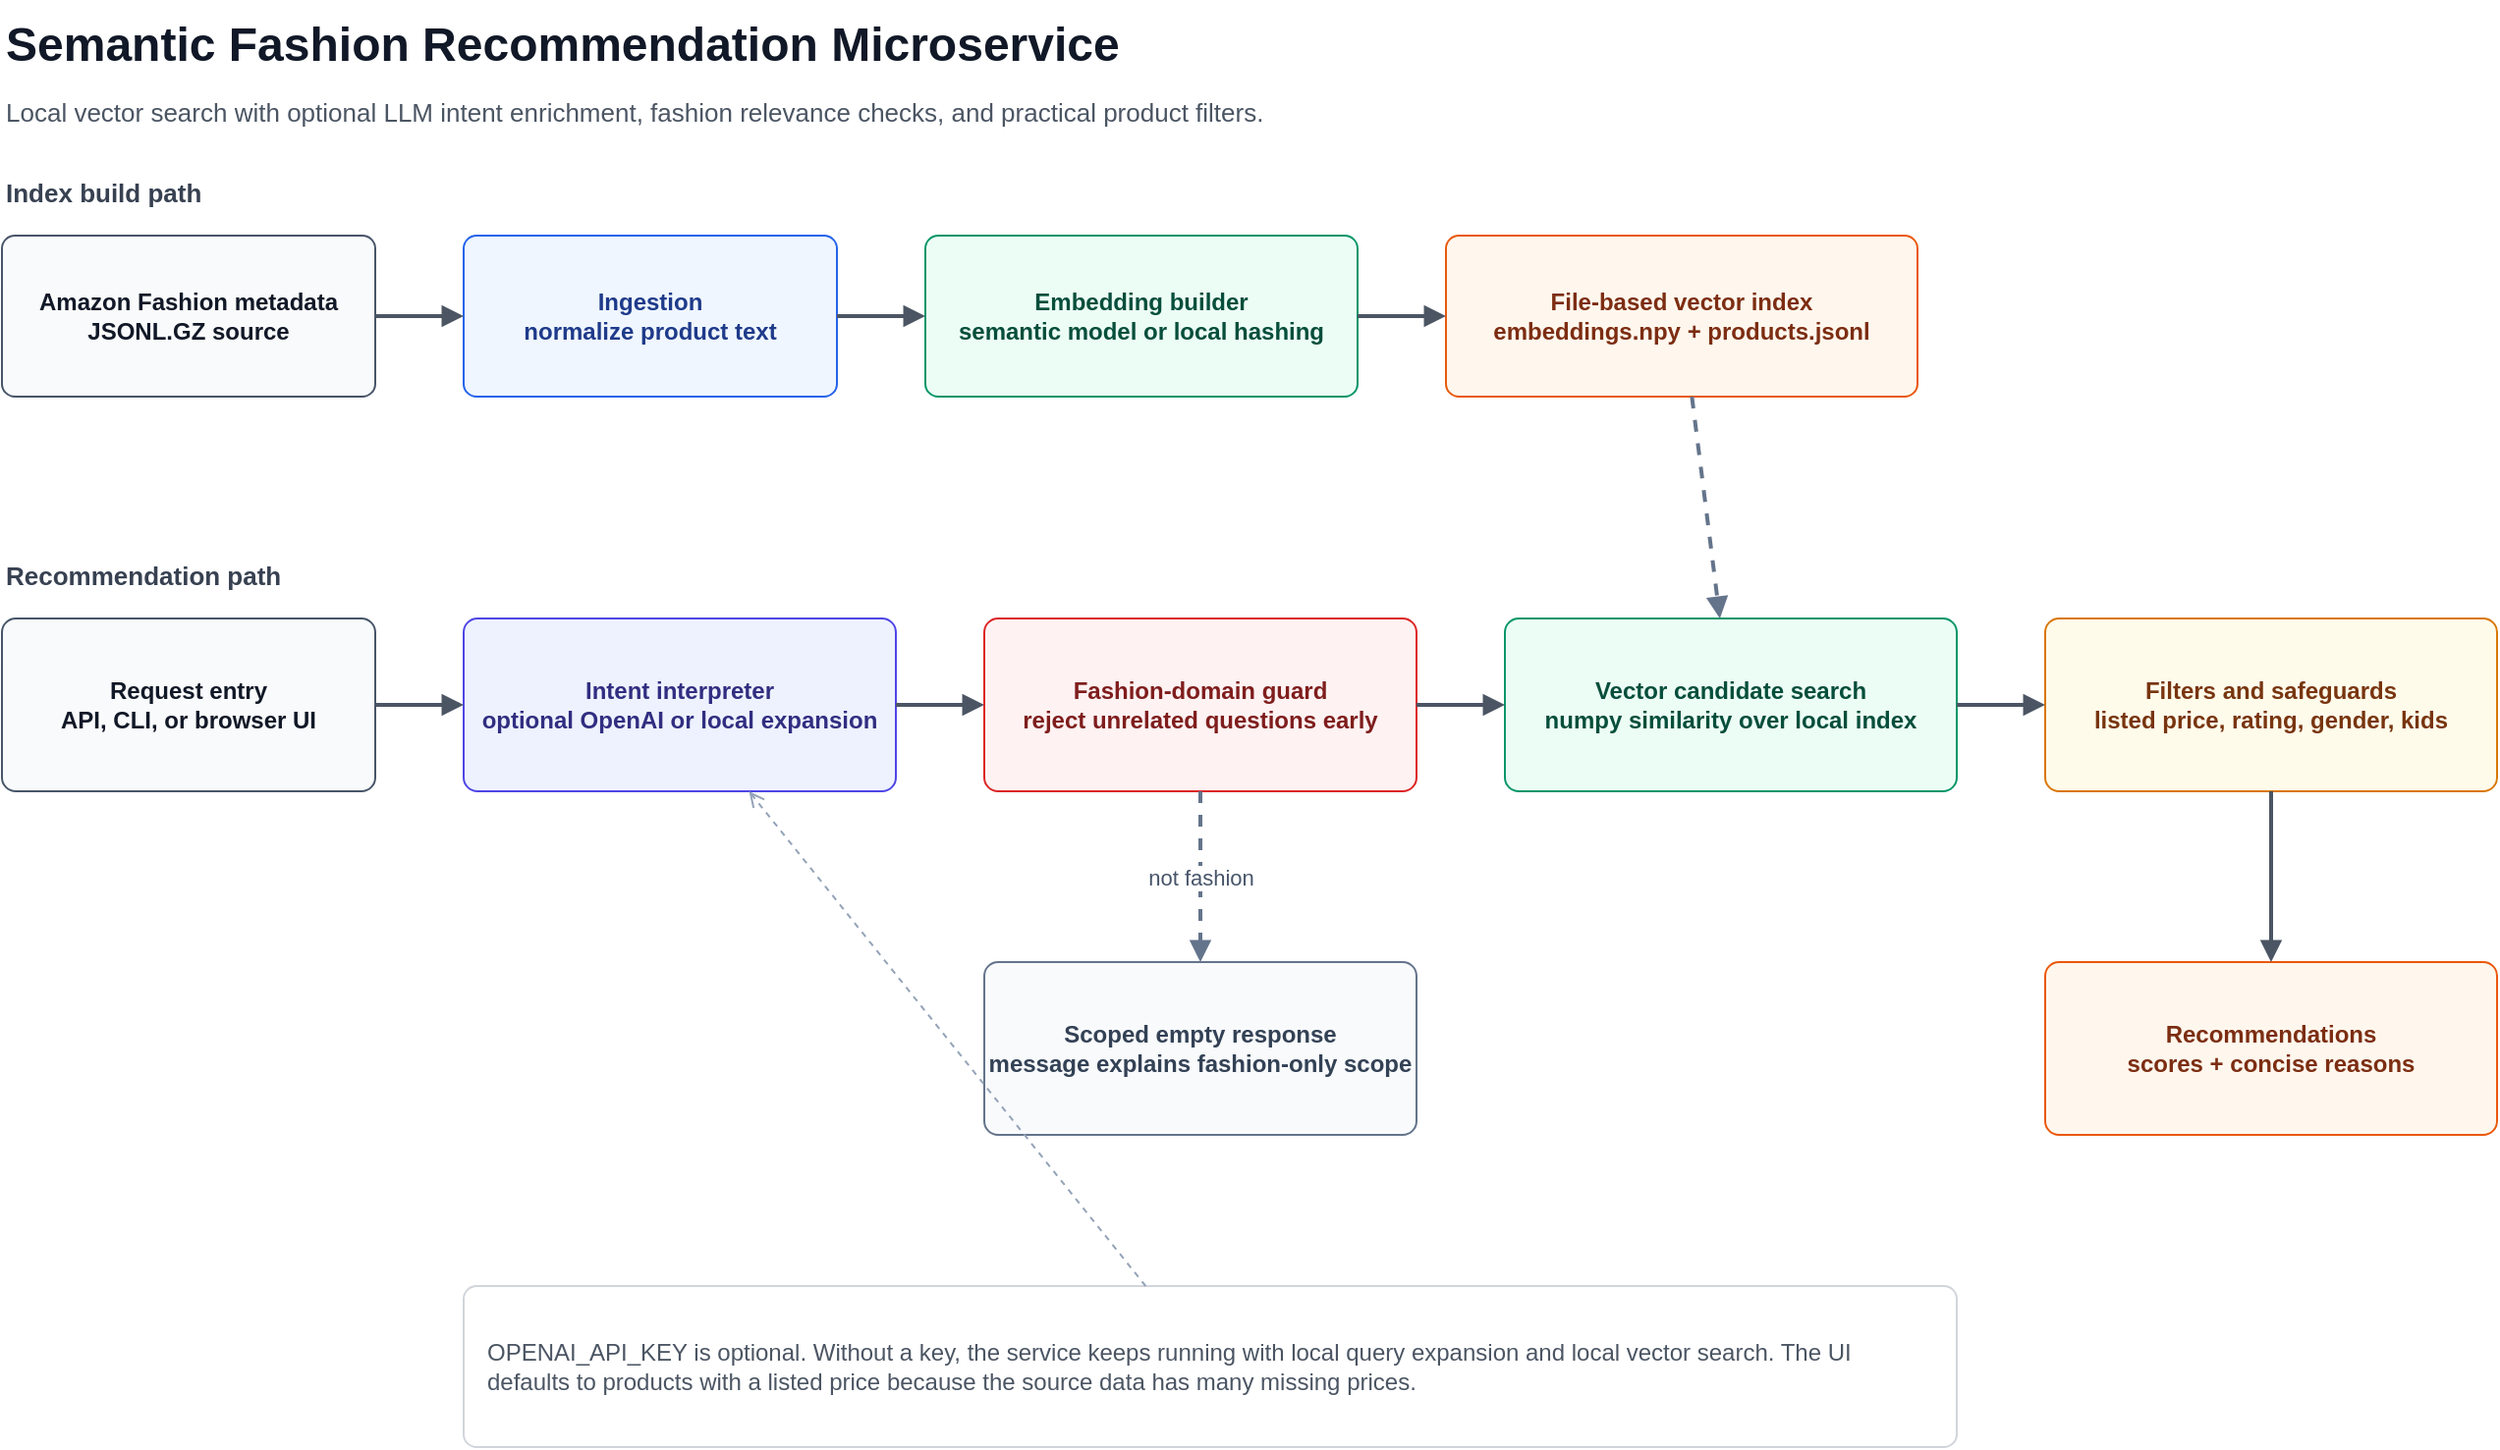
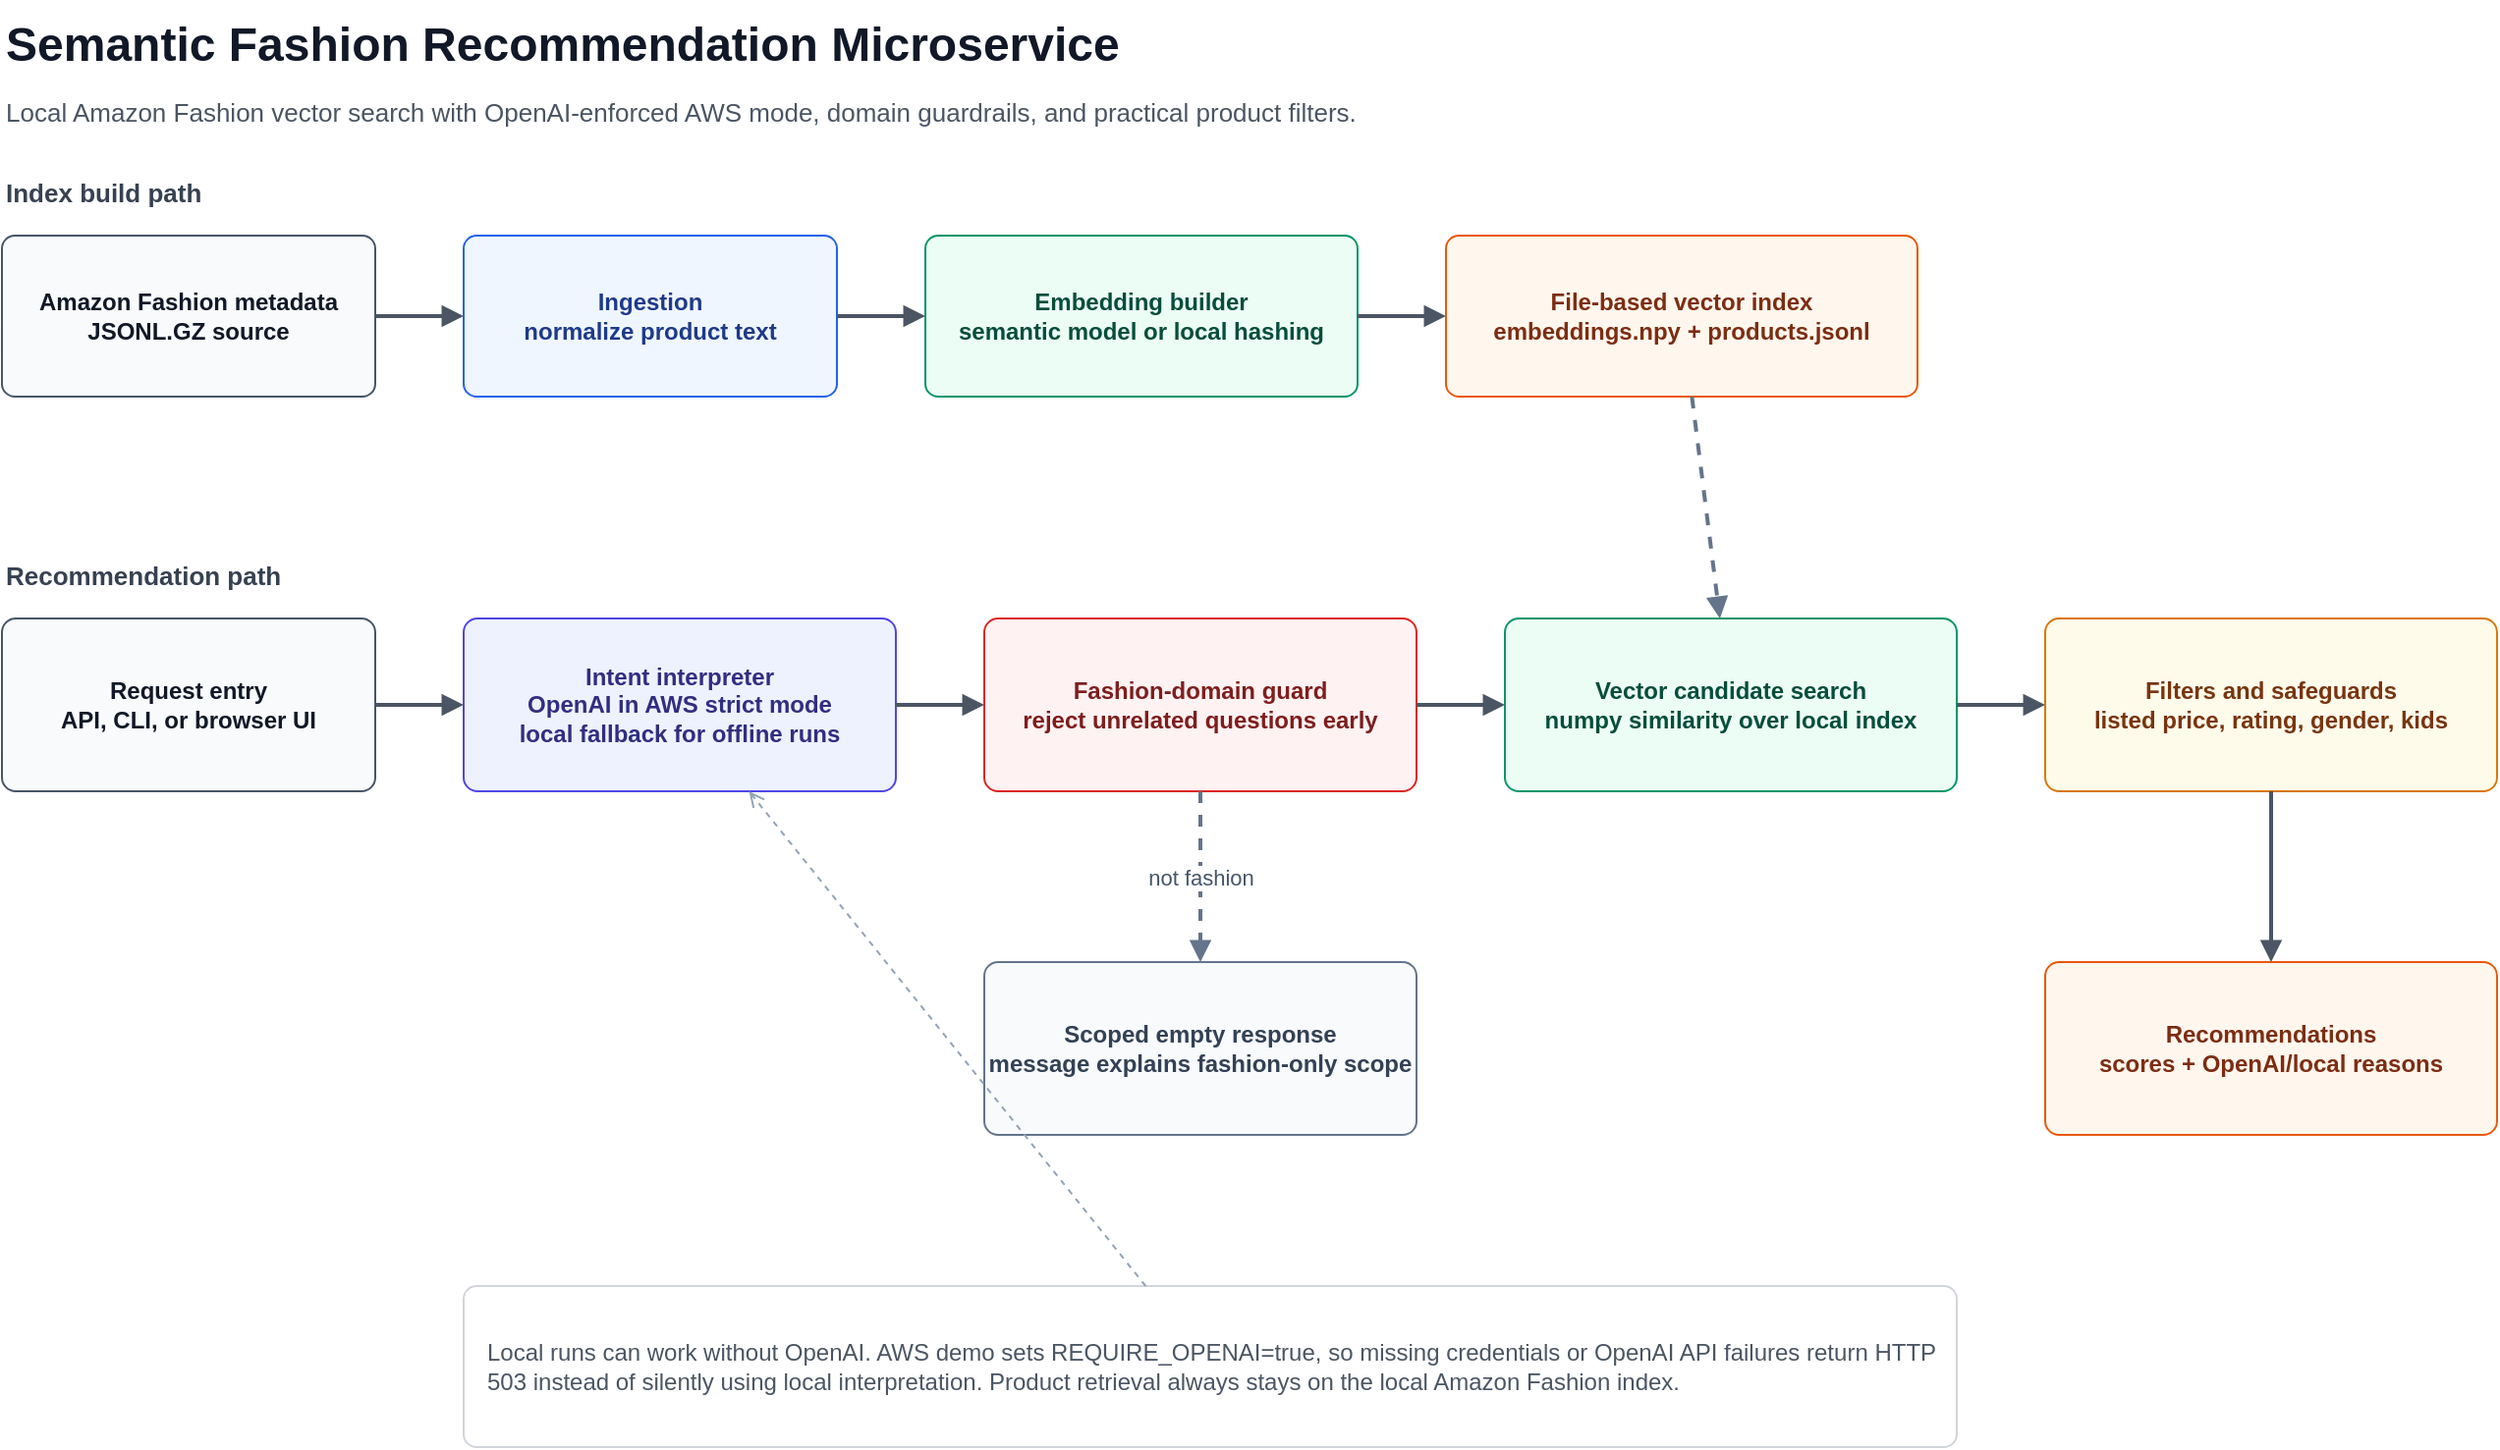
<mxfile host="app.diagrams.net" modified="2026-07-01T00:00:00.000Z" agent="draw.io" version="24.7.17">
  <diagram id="semantic-fashion-recommender" name="Architecture">
    <mxGraphModel dx="1500" dy="900" grid="1" gridSize="10" guides="1" tooltips="1" connect="1" arrows="1" fold="1" page="1" pageScale="1" pageWidth="1500" pageHeight="900" math="0" shadow="0">
      <root>
        <mxCell id="0" />
        <mxCell id="1" parent="0" />
        <mxCell id="title" value="Semantic Fashion Recommendation Microservice" style="text;html=1;strokeColor=none;fillColor=none;fontSize=24;fontStyle=1;fontColor=#111827;align=left;verticalAlign=middle;whiteSpace=wrap;rounded=0;" vertex="1" parent="1">
          <mxGeometry x="60" y="35" width="650" height="45" as="geometry" />
        </mxCell>
-         <mxCell id="subtitle" value="Local vector search with optional LLM intent enrichment, fashion relevance checks, and practical product filters." style="text;html=1;strokeColor=none;fillColor=none;fontSize=13;fontColor=#4b5563;align=left;verticalAlign=middle;whiteSpace=wrap;rounded=0;" vertex="1" parent="1">
+         <mxCell id="subtitle" value="Local Amazon Fashion vector search with OpenAI-enforced AWS mode, domain guardrails, and practical product filters." style="text;html=1;strokeColor=none;fillColor=none;fontSize=13;fontColor=#4b5563;align=left;verticalAlign=middle;whiteSpace=wrap;rounded=0;" vertex="1" parent="1">
          <mxGeometry x="60" y="78" width="760" height="28" as="geometry" />
        </mxCell>

        <mxCell id="offlineLabel" value="Index build path" style="text;html=1;strokeColor=none;fillColor=none;fontSize=13;fontStyle=1;fontColor=#374151;align=left;verticalAlign=middle;whiteSpace=wrap;rounded=0;" vertex="1" parent="1">
          <mxGeometry x="60" y="120" width="180" height="26" as="geometry" />
        </mxCell>
        <mxCell id="dataset" value="Amazon Fashion metadata&#xa;JSONL.GZ source" style="rounded=1;whiteSpace=wrap;html=1;arcSize=8;fillColor=#f9fafb;strokeColor=#475569;fontColor=#111827;fontStyle=1;" vertex="1" parent="1">
          <mxGeometry x="60" y="155" width="190" height="82" as="geometry" />
        </mxCell>
        <mxCell id="ingest" value="Ingestion&#xa;normalize product text" style="rounded=1;whiteSpace=wrap;html=1;arcSize=8;fillColor=#eff6ff;strokeColor=#2563eb;fontColor=#1e3a8a;fontStyle=1;" vertex="1" parent="1">
          <mxGeometry x="295" y="155" width="190" height="82" as="geometry" />
        </mxCell>
        <mxCell id="embed" value="Embedding builder&#xa;semantic model or local hashing" style="rounded=1;whiteSpace=wrap;html=1;arcSize=8;fillColor=#ecfdf5;strokeColor=#059669;fontColor=#064e3b;fontStyle=1;" vertex="1" parent="1">
          <mxGeometry x="530" y="155" width="220" height="82" as="geometry" />
        </mxCell>
        <mxCell id="index" value="File-based vector index&#xa;embeddings.npy + products.jsonl" style="rounded=1;whiteSpace=wrap;html=1;arcSize=8;fillColor=#fff7ed;strokeColor=#ea580c;fontColor=#7c2d12;fontStyle=1;" vertex="1" parent="1">
          <mxGeometry x="795" y="155" width="240" height="82" as="geometry" />
        </mxCell>

        <mxCell id="runtimeLabel" value="Recommendation path" style="text;html=1;strokeColor=none;fillColor=none;fontSize=13;fontStyle=1;fontColor=#374151;align=left;verticalAlign=middle;whiteSpace=wrap;rounded=0;" vertex="1" parent="1">
          <mxGeometry x="60" y="315" width="210" height="26" as="geometry" />
        </mxCell>
        <mxCell id="entry" value="Request entry&#xa;API, CLI, or browser UI" style="rounded=1;whiteSpace=wrap;html=1;arcSize=8;fillColor=#f9fafb;strokeColor=#475569;fontColor=#111827;fontStyle=1;" vertex="1" parent="1">
          <mxGeometry x="60" y="350" width="190" height="88" as="geometry" />
        </mxCell>
-         <mxCell id="intent" value="Intent interpreter&#xa;optional OpenAI or local expansion" style="rounded=1;whiteSpace=wrap;html=1;arcSize=8;fillColor=#eef2ff;strokeColor=#4f46e5;fontColor=#312e81;fontStyle=1;" vertex="1" parent="1">
+         <mxCell id="intent" value="Intent interpreter&#xa;OpenAI in AWS strict mode&#xa;local fallback for offline runs" style="rounded=1;whiteSpace=wrap;html=1;arcSize=8;fillColor=#eef2ff;strokeColor=#4f46e5;fontColor=#312e81;fontStyle=1;" vertex="1" parent="1">
          <mxGeometry x="295" y="350" width="220" height="88" as="geometry" />
        </mxCell>
        <mxCell id="guard" value="Fashion-domain guard&#xa;reject unrelated questions early" style="rounded=1;whiteSpace=wrap;html=1;arcSize=8;fillColor=#fef2f2;strokeColor=#dc2626;fontColor=#7f1d1d;fontStyle=1;" vertex="1" parent="1">
          <mxGeometry x="560" y="350" width="220" height="88" as="geometry" />
        </mxCell>
        <mxCell id="search" value="Vector candidate search&#xa;numpy similarity over local index" style="rounded=1;whiteSpace=wrap;html=1;arcSize=8;fillColor=#ecfdf5;strokeColor=#059669;fontColor=#064e3b;fontStyle=1;" vertex="1" parent="1">
          <mxGeometry x="825" y="350" width="230" height="88" as="geometry" />
        </mxCell>
        <mxCell id="filters" value="Filters and safeguards&#xa;listed price, rating, gender, kids" style="rounded=1;whiteSpace=wrap;html=1;arcSize=8;fillColor=#fffbeb;strokeColor=#d97706;fontColor=#78350f;fontStyle=1;" vertex="1" parent="1">
          <mxGeometry x="1100" y="350" width="230" height="88" as="geometry" />
        </mxCell>
-         <mxCell id="response" value="Recommendations&#xa;scores + concise reasons" style="rounded=1;whiteSpace=wrap;html=1;arcSize=8;fillColor=#fff7ed;strokeColor=#ea580c;fontColor=#7c2d12;fontStyle=1;" vertex="1" parent="1">
+         <mxCell id="response" value="Recommendations&#xa;scores + OpenAI/local reasons" style="rounded=1;whiteSpace=wrap;html=1;arcSize=8;fillColor=#fff7ed;strokeColor=#ea580c;fontColor=#7c2d12;fontStyle=1;" vertex="1" parent="1">
          <mxGeometry x="1100" y="525" width="230" height="88" as="geometry" />
        </mxCell>
        <mxCell id="empty" value="Scoped empty response&#xa;message explains fashion-only scope" style="rounded=1;whiteSpace=wrap;html=1;arcSize=8;fillColor=#f8fafc;strokeColor=#64748b;fontColor=#334155;fontStyle=1;" vertex="1" parent="1">
          <mxGeometry x="560" y="525" width="220" height="88" as="geometry" />
        </mxCell>
-         <mxCell id="note" value="OPENAI_API_KEY is optional. Without a key, the service keeps running with local query expansion and local vector search. The UI defaults to products with a listed price because the source data has many missing prices." style="rounded=1;whiteSpace=wrap;html=1;arcSize=8;fillColor=#ffffff;strokeColor=#d1d5db;fontColor=#4b5563;align=left;spacing=12;" vertex="1" parent="1">
+         <mxCell id="note" value="Local runs can work without OpenAI. AWS demo sets REQUIRE_OPENAI=true, so missing credentials or OpenAI API failures return HTTP 503 instead of silently using local interpretation. Product retrieval always stays on the local Amazon Fashion index." style="rounded=1;whiteSpace=wrap;html=1;arcSize=8;fillColor=#ffffff;strokeColor=#d1d5db;fontColor=#4b5563;align=left;spacing=12;" vertex="1" parent="1">
          <mxGeometry x="295" y="690" width="760" height="82" as="geometry" />
        </mxCell>

        <mxCell id="e1" style="endArrow=block;html=1;rounded=0;strokeWidth=2;strokeColor=#4b5563;" edge="1" parent="1" source="dataset" target="ingest">
          <mxGeometry relative="1" as="geometry" />
        </mxCell>
        <mxCell id="e2" style="endArrow=block;html=1;rounded=0;strokeWidth=2;strokeColor=#4b5563;" edge="1" parent="1" source="ingest" target="embed">
          <mxGeometry relative="1" as="geometry" />
        </mxCell>
        <mxCell id="e3" style="endArrow=block;html=1;rounded=0;strokeWidth=2;strokeColor=#4b5563;" edge="1" parent="1" source="embed" target="index">
          <mxGeometry relative="1" as="geometry" />
        </mxCell>
        <mxCell id="e4" style="endArrow=block;html=1;rounded=0;strokeWidth=2;strokeColor=#4b5563;" edge="1" parent="1" source="entry" target="intent">
          <mxGeometry relative="1" as="geometry" />
        </mxCell>
        <mxCell id="e5" style="endArrow=block;html=1;rounded=0;strokeWidth=2;strokeColor=#4b5563;" edge="1" parent="1" source="intent" target="guard">
          <mxGeometry relative="1" as="geometry" />
        </mxCell>
        <mxCell id="e6" style="endArrow=block;html=1;rounded=0;strokeWidth=2;strokeColor=#4b5563;fontColor=#374151;" edge="1" parent="1" source="guard" target="search">
          <mxGeometry relative="1" as="geometry" />
        </mxCell>
        <mxCell id="e7" style="endArrow=block;html=1;rounded=0;strokeWidth=2;strokeColor=#4b5563;" edge="1" parent="1" source="search" target="filters">
          <mxGeometry relative="1" as="geometry" />
        </mxCell>
        <mxCell id="e8" style="endArrow=block;html=1;rounded=0;strokeWidth=2;strokeColor=#4b5563;" edge="1" parent="1" source="filters" target="response">
          <mxGeometry relative="1" as="geometry" />
        </mxCell>
        <mxCell id="e9" value="not fashion" style="endArrow=block;html=1;rounded=0;strokeWidth=2;strokeColor=#64748b;fontColor=#475569;dashed=1;" edge="1" parent="1" source="guard" target="empty">
          <mxGeometry relative="1" as="geometry" />
        </mxCell>
        <mxCell id="e10" style="endArrow=block;html=1;rounded=0;strokeWidth=2;strokeColor=#64748b;dashed=1;" edge="1" parent="1" source="index" target="search">
          <mxGeometry relative="1" as="geometry">
            <mxPoint x="915" y="250" as="sourcePoint" />
            <mxPoint x="940" y="340" as="targetPoint" />
          </mxGeometry>
        </mxCell>
        <mxCell id="e11" style="endArrow=open;html=1;rounded=0;strokeColor=#94a3b8;dashed=1;" edge="1" parent="1" source="note" target="intent">
          <mxGeometry relative="1" as="geometry" />
        </mxCell>
      </root>
    </mxGraphModel>
  </diagram>
</mxfile>
